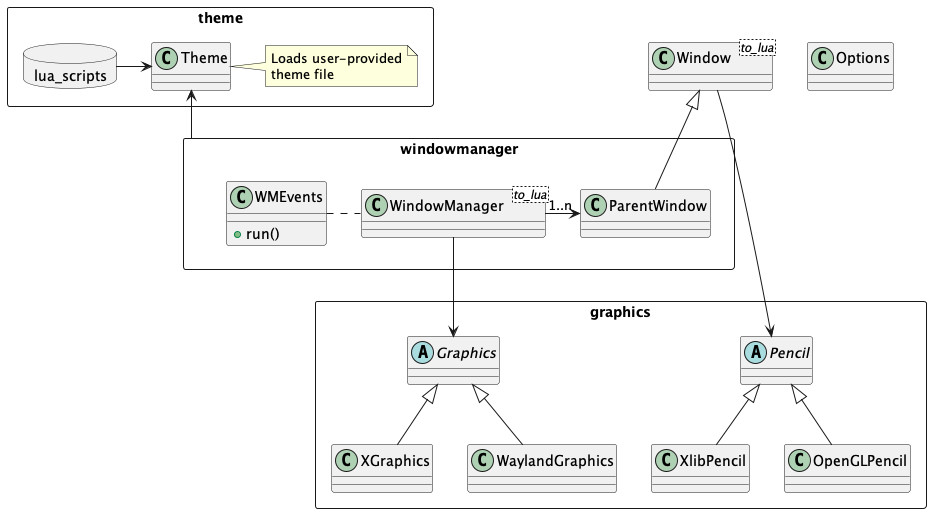
Above: doc/classes.png in andrenho/customwm (PlantUML), before the change.
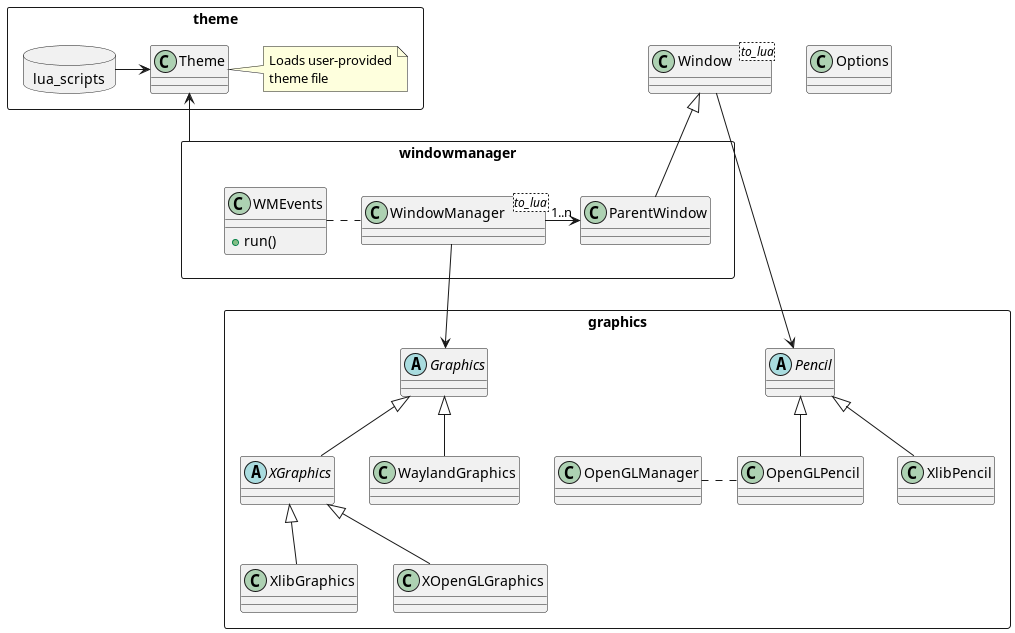
The same file after the commit.

What changed in the source:
```diff
@@ -22,23 +22,29 @@
         +run()
     }
     WindowManager -> "1..n" ParentWindow
-    ParentWindow -up-|> Window
     WindowManager .left. WMEvents
 }
 
 rectangle graphics {
     abstract class Graphics
     abstract class Pencil
+    abstract class XGraphics
 
     Graphics <|-- XGraphics
     Graphics <|-- WaylandGraphics
 
+    XGraphics <|-- XlibGraphics
+    XGraphics <|-- XOpenGLGraphics
+
     Pencil <|-- XlibPencil
     Pencil <|-- OpenGLPencil
+
+    OpenGLPencil .left. OpenGLManager
 }
 
+ParentWindow -up-|> Window
 windowmanager -up-> Theme
 WindowManager --> Graphics
-Window --> Pencil
+Window ---> Pencil
 
 @enduml
```
